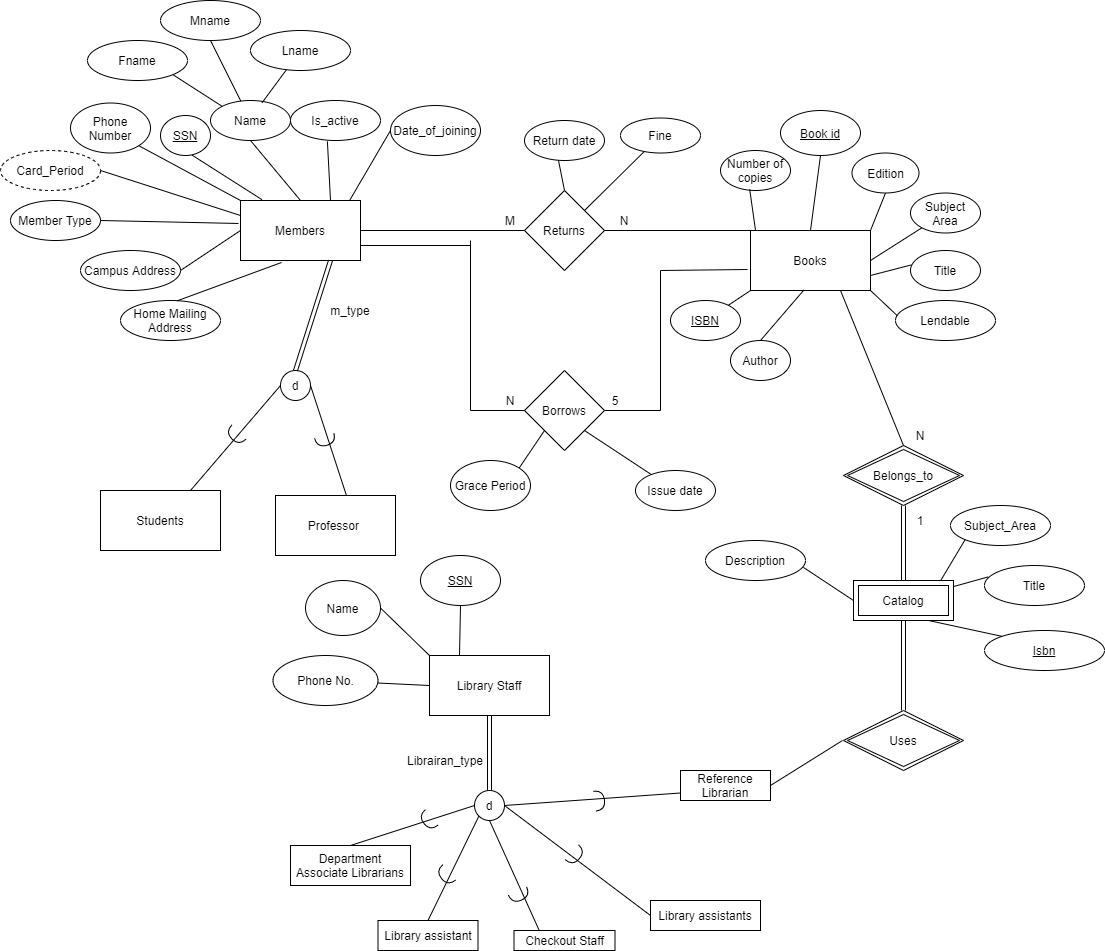
Before: er.png, a diagram exported from draw.io (aditpatil10/Library-Management-System). Source tidied: cells renumbered, new cells last; positions are measured from the earlier drawing's top-left corner, leaving out a move shared by most shapes.
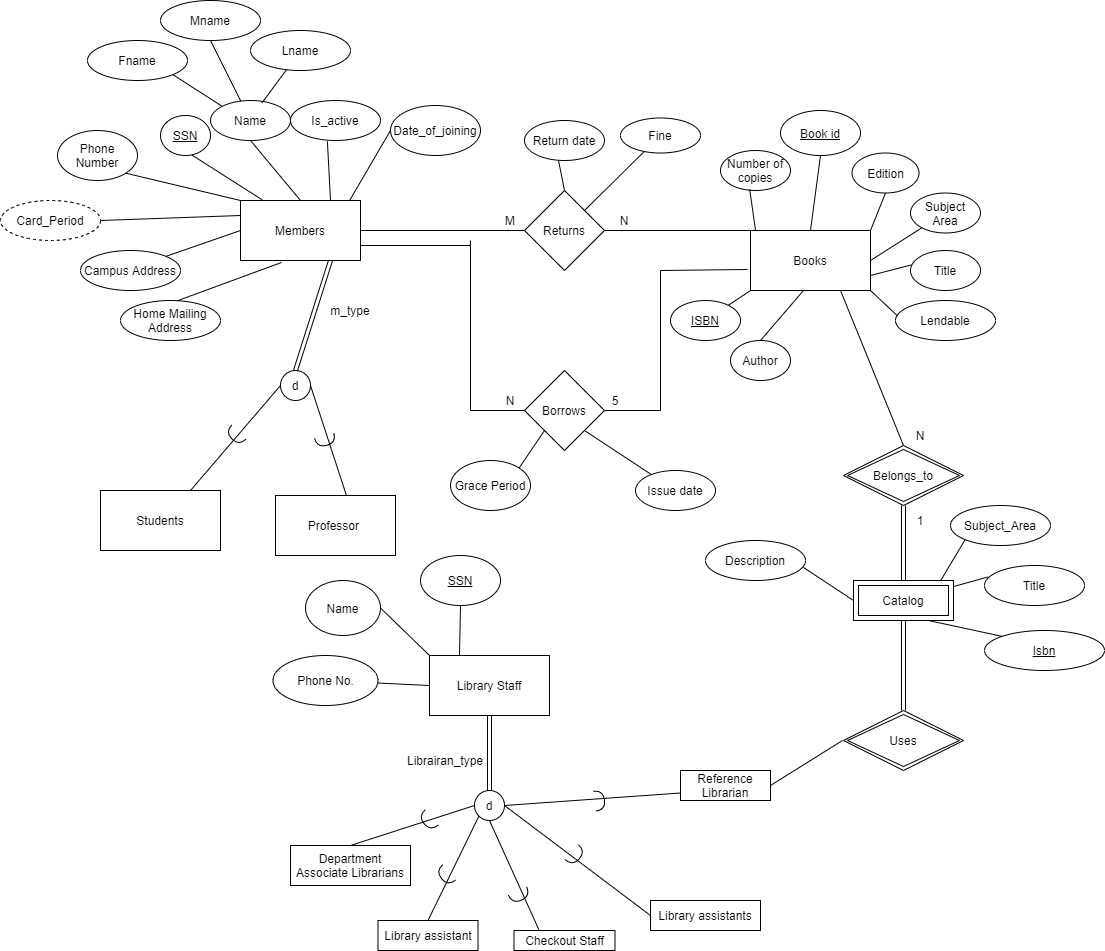
Above is the later version.

Change to the diagram source:
```diff
@@ -26,7 +26,7 @@
       <mxGeometry x="210" y="100" width="80" height="40" as="geometry" />
     </mxCell>
     <mxCell id="9" value="Phone Number" style="ellipse;whiteSpace=wrap;html=1;" parent="1" vertex="1">
-      <mxGeometry x="70" y="102.5" width="80" height="50" as="geometry" />
+      <mxGeometry x="57" y="130" width="80" height="50" as="geometry" />
     </mxCell>
     <mxCell id="10" value="Campus Address" style="ellipse;whiteSpace=wrap;html=1;align=center;" parent="1" vertex="1">
       <mxGeometry x="80" y="250" width="100" height="40" as="geometry" />
@@ -73,7 +73,7 @@
     <mxCell id="24" style="endArrow=none;html=1;exitX=1;exitY=0.5;exitDx=0;exitDy=0;entryX=0;entryY=0.25;entryDx=0;entryDy=0;" parent="1" edge="1" source="62" target="2">
       <mxGeometry relative="1" as="geometry" />
     </mxCell>
-    <mxCell id="25" style="endArrow=none;html=1;exitX=1;exitY=0.5;exitDx=0;exitDy=0;entryX=0;entryY=0.5;entryDx=0;entryDy=0;" parent="1" edge="1" source="10" target="2">
+    <mxCell id="25" style="endArrow=none;html=1;exitX=1;exitY=0;exitDx=0;exitDy=0;entryX=0;entryY=0.5;entryDx=0;entryDy=0;" parent="1" edge="1" source="10" target="2">
       <mxGeometry relative="1" as="geometry" />
     </mxCell>
     <mxCell id="26" value="Is_active" style="ellipse;whiteSpace=wrap;html=1;" parent="1" vertex="1">
@@ -199,7 +199,7 @@
       <mxGeometry relative="1" as="geometry" />
     </mxCell>
     <mxCell id="62" value="Card_Period" style="ellipse;whiteSpace=wrap;html=1;align=center;dashed=1;" parent="1" vertex="1">
-      <mxGeometry y="150" width="100" height="40" as="geometry" />
+      <mxGeometry y="200" width="100" height="40" as="geometry" />
     </mxCell>
     <mxCell id="63" value="m_type" style="text;html=1;strokeColor=none;fillColor=none;align=center;verticalAlign=middle;whiteSpace=wrap;rounded=0;" parent="1" vertex="1">
       <mxGeometry x="330" y="300" width="40" height="20" as="geometry" />
@@ -323,12 +323,6 @@
     <mxCell id="102" style="shape=requiredInterface;html=1;verticalLabelPosition=bottom;rotation=75;" parent="1" vertex="1">
       <mxGeometry x="320" y="430" width="10" height="20" as="geometry" />
     </mxCell>
-    <mxCell id="103" value="Member Type" style="ellipse;whiteSpace=wrap;html=1;" parent="1" vertex="1">
-      <mxGeometry x="10" y="200" width="90" height="40" as="geometry" />
-    </mxCell>
-    <mxCell id="104" style="endArrow=none;html=1;entryX=-0.017;entryY=0.383;entryDx=0;entryDy=0;entryPerimeter=0;exitX=1;exitY=0.5;exitDx=0;exitDy=0;" parent="1" edge="1" source="103" target="2">
-      <mxGeometry relative="1" as="geometry" />
-    </mxCell>
     <mxCell id="105" style="shape=link;html=1;entryX=0.5;entryY=1;entryDx=0;entryDy=0;exitX=0.5;exitY=0;exitDx=0;exitDy=0;" parent="1" edge="1" source="106" target="32">
       <mxGeometry relative="1" as="geometry" />
     </mxCell>
```
